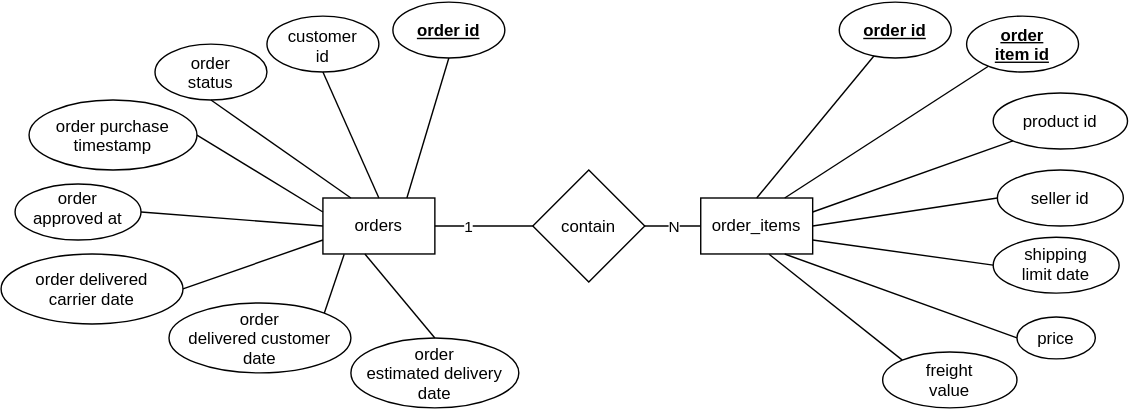
Earlier version of the draw.io export images/er_diagram.svg (ZGXJason/CIS5450_FINAL_PROJECT). Source tidied: cells renumbered, new cells last; positions are measured from the earlier drawing's top-left corner, leaving out a move shared by most shapes. Source of this version:
```xml
<mxGraphModel>
  <root>
    <mxCell id="0" />
    <mxCell id="1" parent="0" />
    <mxCell id="2" value="orders" style="rounded=0;whiteSpace=wrap;html=1;" parent="1" vertex="1">
      <mxGeometry x="230" y="140" width="80" height="40" as="geometry" />
    </mxCell>
    <mxCell id="3" value="order_items" style="rounded=0;whiteSpace=wrap;html=1;" parent="1" vertex="1">
      <mxGeometry x="500" y="140" width="80" height="40" as="geometry" />
    </mxCell>
    <mxCell id="4" value="customer id" style="ellipse;whiteSpace=wrap;html=1;shapeInside=1;" parent="1" vertex="1">
      <mxGeometry x="190" y="10" width="80" height="40" as="geometry" />
    </mxCell>
    <mxCell id="5" value="contain" style="rhombus;whiteSpace=wrap;html=1;shapeInside=1;" parent="1" vertex="1">
      <mxGeometry x="380" y="120" width="80" height="80" as="geometry" />
    </mxCell>
    <mxCell id="6" value="order status" style="ellipse;whiteSpace=wrap;html=1;shapeInside=1;" parent="1" vertex="1">
      <mxGeometry x="110" y="30" width="80" height="40" as="geometry" />
    </mxCell>
    <mxCell id="7" value="order purchase timestamp" style="ellipse;whiteSpace=wrap;html=1;shapeInside=1;" parent="1" vertex="1">
      <mxGeometry x="20" y="70" width="120" height="50" as="geometry" />
    </mxCell>
    <mxCell id="8" value="&lt;span style=&quot;background-color: transparent; color: light-dark(#000000, var(--ge-light-color, #ffffff)); text-decoration-line: inherit;&quot;&gt;order delivered customer date&lt;/span&gt;" style="ellipse;whiteSpace=wrap;html=1;shapeInside=1;" parent="1" vertex="1">
      <mxGeometry x="120" y="215" width="130" height="50" as="geometry" />
    </mxCell>
    <mxCell id="9" value="&lt;b style=&quot;&quot;&gt;&lt;u&gt;order id&lt;/u&gt;&lt;/b&gt;" style="ellipse;whiteSpace=wrap;html=1;shapeInside=1;" parent="1" vertex="1">
      <mxGeometry x="280" width="80" height="40" as="geometry" />
    </mxCell>
    <mxCell id="10" value="order estimated delivery date&lt;div&gt;&lt;br&gt;&lt;/div&gt;" style="ellipse;whiteSpace=wrap;html=1;shapeInside=1;" parent="1" vertex="1">
      <mxGeometry x="250" y="240" width="120" height="50" as="geometry" />
    </mxCell>
    <mxCell id="11" value="order approved at" style="ellipse;whiteSpace=wrap;html=1;shapeInside=1;" parent="1" vertex="1">
      <mxGeometry x="10" y="130" width="90" height="40" as="geometry" />
    </mxCell>
    <mxCell id="12" value="&lt;div style=&quot;&quot;&gt;order delivered carrier date&lt;/div&gt;" style="ellipse;whiteSpace=wrap;html=1;shapeInside=1;" parent="1" vertex="1">
      <mxGeometry y="180" width="130" height="50" as="geometry" />
    </mxCell>
    <mxCell id="13" value="&lt;div style=&quot;&quot;&gt;&lt;b style=&quot;&quot;&gt;&lt;u&gt;order item id&lt;/u&gt;&lt;/b&gt;&lt;/div&gt;" style="ellipse;whiteSpace=wrap;html=1;shapeInside=1;" parent="1" vertex="1">
      <mxGeometry x="690" y="10" width="80" height="40" as="geometry" />
    </mxCell>
    <mxCell id="14" value="shipping limit date" style="ellipse;whiteSpace=wrap;html=1;shapeInside=1;" parent="1" vertex="1">
      <mxGeometry x="709" y="168" width="90" height="40" as="geometry" />
    </mxCell>
    <mxCell id="15" value="&lt;div&gt;seller id&lt;/div&gt;" style="ellipse;whiteSpace=wrap;html=1;shapeInside=1;" parent="1" vertex="1">
      <mxGeometry x="712" y="120" width="90" height="40" as="geometry" />
    </mxCell>
    <mxCell id="16" value="product id" style="ellipse;whiteSpace=wrap;html=1;shapeInside=1;" parent="1" vertex="1">
      <mxGeometry x="709" y="65" width="96" height="40" as="geometry" />
    </mxCell>
    <mxCell id="17" value="price" style="ellipse;whiteSpace=wrap;html=1;shapeInside=1;" parent="1" vertex="1">
      <mxGeometry x="726" y="225" width="56" height="30" as="geometry" />
    </mxCell>
    <mxCell id="18" value="freight value" style="ellipse;whiteSpace=wrap;html=1;shapeInside=1;" parent="1" vertex="1">
      <mxGeometry x="630" y="250" width="96" height="40" as="geometry" />
    </mxCell>
    <mxCell id="19" value="&lt;br&gt;&lt;span style=&quot;background-color: transparent; color: light-dark(#000000, var(--ge-light-color, #ffffff));&quot;&gt;&lt;b style=&quot;&quot;&gt;&lt;u&gt;order id&lt;/u&gt;&lt;/b&gt;&lt;/span&gt;" style="ellipse;whiteSpace=wrap;html=1;shapeInside=1;" parent="1" vertex="1">
      <mxGeometry x="599" width="80" height="40" as="geometry" />
    </mxCell>
    <mxCell id="20" style="endArrow=none;html=1;rounded=0;defaultLabelBackgroundColor=gap;" parent="1" edge="1" target="19">
      <mxGeometry relative="1" as="geometry">
        <mxPoint x="540" y="140" as="sourcePoint" />
      </mxGeometry>
    </mxCell>
    <mxCell id="21" style="endArrow=none;html=1;rounded=0;defaultLabelBackgroundColor=gap;exitX=0.75;exitY=0;exitDx=0;exitDy=0;" parent="1" edge="1" source="3" target="13">
      <mxGeometry relative="1" as="geometry" />
    </mxCell>
    <mxCell id="22" style="endArrow=none;html=1;rounded=0;defaultLabelBackgroundColor=gap;entryX=0;entryY=1;entryDx=0;entryDy=0;exitX=1;exitY=0.25;exitDx=0;exitDy=0;" parent="1" edge="1" source="3" target="16">
      <mxGeometry relative="1" as="geometry" />
    </mxCell>
    <mxCell id="23" style="endArrow=none;html=1;rounded=0;defaultLabelBackgroundColor=gap;entryX=1;entryY=0.5;entryDx=0;entryDy=0;exitX=0;exitY=0.5;exitDx=0;exitDy=0;" parent="1" edge="1" source="15" target="3">
      <mxGeometry relative="1" as="geometry" />
    </mxCell>
    <mxCell id="24" style="endArrow=none;html=1;rounded=0;defaultLabelBackgroundColor=gap;entryX=0.611;entryY=1.006;entryDx=0;entryDy=0;exitX=0;exitY=0;exitDx=0;exitDy=0;entryPerimeter=0;" parent="1" edge="1" source="18" target="3">
      <mxGeometry relative="1" as="geometry" />
    </mxCell>
    <mxCell id="25" style="endArrow=none;html=1;rounded=0;defaultLabelBackgroundColor=gap;entryX=1;entryY=0.75;entryDx=0;entryDy=0;exitX=0;exitY=0.5;exitDx=0;exitDy=0;" parent="1" edge="1" source="14" target="3">
      <mxGeometry relative="1" as="geometry" />
    </mxCell>
    <mxCell id="26" style="endArrow=none;html=1;rounded=0;defaultLabelBackgroundColor=gap;entryX=1;entryY=0.5;entryDx=0;entryDy=0;" parent="1" edge="1" source="3" target="5">
      <mxGeometry relative="1" as="geometry" />
    </mxCell>
    <mxCell id="27" value="N" style="edgeLabel;html=1;align=center;verticalAlign=middle;defaultLabelBackgroundColor=gap;" parent="26" vertex="1">
      <mxGeometry relative="1" as="geometry" />
    </mxCell>
    <mxCell id="28" style="endArrow=none;html=1;rounded=0;defaultLabelBackgroundColor=gap;entryX=0;entryY=0.5;entryDx=0;entryDy=0;exitX=1;exitY=0.5;exitDx=0;exitDy=0;" parent="1" edge="1" source="2" target="5">
      <mxGeometry relative="1" as="geometry" />
    </mxCell>
    <mxCell id="29" value="1" style="edgeLabel;html=1;align=center;verticalAlign=middle;defaultLabelBackgroundColor=gap;" parent="28" vertex="1">
      <mxGeometry x="-0.34" relative="1" as="geometry" />
    </mxCell>
    <mxCell id="30" style="endArrow=none;html=1;rounded=0;defaultLabelBackgroundColor=gap;entryX=0.5;entryY=1;entryDx=0;entryDy=0;exitX=0.75;exitY=0;exitDx=0;exitDy=0;" parent="1" edge="1" source="2" target="9">
      <mxGeometry relative="1" as="geometry" />
    </mxCell>
    <mxCell id="31" style="endArrow=none;html=1;rounded=0;defaultLabelBackgroundColor=gap;entryX=0.5;entryY=1;entryDx=0;entryDy=0;exitX=0.5;exitY=0;exitDx=0;exitDy=0;" parent="1" edge="1" source="2" target="4">
      <mxGeometry relative="1" as="geometry" />
    </mxCell>
    <mxCell id="32" style="endArrow=none;html=1;rounded=0;defaultLabelBackgroundColor=gap;entryX=0.5;entryY=1;entryDx=0;entryDy=0;exitX=0.25;exitY=0;exitDx=0;exitDy=0;" parent="1" edge="1" source="2" target="6">
      <mxGeometry relative="1" as="geometry" />
    </mxCell>
    <mxCell id="33" style="endArrow=none;html=1;rounded=0;defaultLabelBackgroundColor=gap;entryX=1;entryY=0.5;entryDx=0;entryDy=0;exitX=0;exitY=0.25;exitDx=0;exitDy=0;" parent="1" edge="1" source="2" target="7">
      <mxGeometry relative="1" as="geometry" />
    </mxCell>
    <mxCell id="34" style="endArrow=none;html=1;rounded=0;defaultLabelBackgroundColor=gap;exitX=0;exitY=0.5;exitDx=0;exitDy=0;entryX=1;entryY=0.5;entryDx=0;entryDy=0;" parent="1" edge="1" source="2" target="11">
      <mxGeometry relative="1" as="geometry" />
    </mxCell>
    <mxCell id="35" style="endArrow=none;html=1;rounded=0;defaultLabelBackgroundColor=gap;entryX=0;entryY=0.75;entryDx=0;entryDy=0;exitX=1;exitY=0.5;exitDx=0;exitDy=0;" parent="1" edge="1" source="12" target="2">
      <mxGeometry relative="1" as="geometry" />
    </mxCell>
    <mxCell id="36" style="endArrow=none;html=1;rounded=0;defaultLabelBackgroundColor=gap;entryX=0.19;entryY=1.006;entryDx=0;entryDy=0;entryPerimeter=0;exitX=1;exitY=0;exitDx=0;exitDy=0;" parent="1" edge="1" source="8" target="2">
      <mxGeometry relative="1" as="geometry" />
    </mxCell>
    <mxCell id="37" style="endArrow=none;html=1;rounded=0;defaultLabelBackgroundColor=gap;entryX=0.375;entryY=1;entryDx=0;entryDy=0;entryPerimeter=0;exitX=0.5;exitY=0;exitDx=0;exitDy=0;" parent="1" edge="1" source="10" target="2">
      <mxGeometry relative="1" as="geometry" />
    </mxCell>
    <mxCell id="38" style="endArrow=none;html=1;rounded=0;defaultLabelBackgroundColor=gap;entryX=0;entryY=0.5;entryDx=0;entryDy=0;exitX=0.75;exitY=1;exitDx=0;exitDy=0;" parent="1" edge="1" source="3" target="17">
      <mxGeometry relative="1" as="geometry" />
    </mxCell>
  </root>
</mxGraphModel>
```
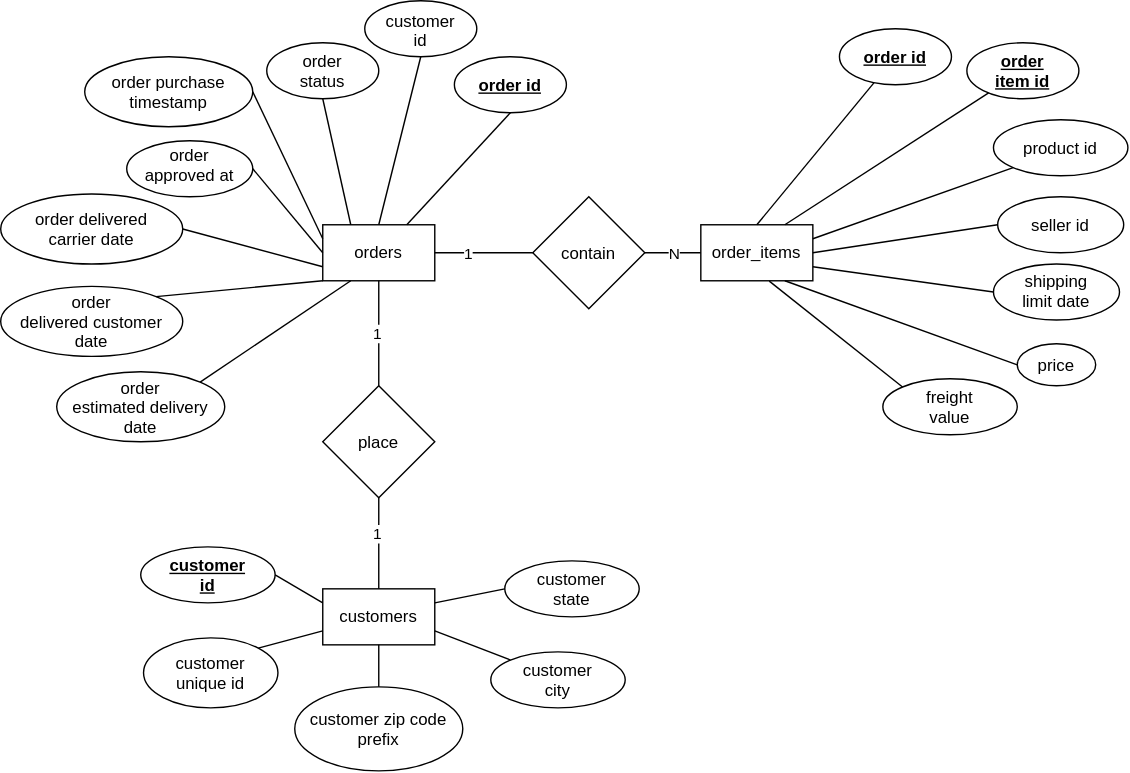
The same file after the commit.

Commit message:
Add customer data integration and finalize data cleaning pipeline

- Integrate the Customers dataset with cleaned Orders and aggregated Order Items.
- Add customer geographic attributes: ZIP code prefix, city, and state.
- Update the ER diagram and reorganize notebook sections for clarity.
- Standardize the target variable name to `late_delivery`.
- Validate the final dataset and update the dataset summary and modeling notes.
- Export the cleaned order-level dataset with 95,104 rows and 22 columns.

Diff of the diagram source:
```diff
@@ -9,31 +9,31 @@
       <mxGeometry x="500" y="140" width="80" height="40" as="geometry" />
     </mxCell>
     <mxCell id="4" value="customer id" style="ellipse;whiteSpace=wrap;html=1;shapeInside=1;" parent="1" vertex="1">
-      <mxGeometry x="190" y="10" width="80" height="40" as="geometry" />
+      <mxGeometry x="260" y="-20" width="80" height="40" as="geometry" />
     </mxCell>
     <mxCell id="5" value="contain" style="rhombus;whiteSpace=wrap;html=1;shapeInside=1;" parent="1" vertex="1">
       <mxGeometry x="380" y="120" width="80" height="80" as="geometry" />
     </mxCell>
     <mxCell id="6" value="order status" style="ellipse;whiteSpace=wrap;html=1;shapeInside=1;" parent="1" vertex="1">
-      <mxGeometry x="110" y="30" width="80" height="40" as="geometry" />
+      <mxGeometry x="190" y="10" width="80" height="40" as="geometry" />
     </mxCell>
     <mxCell id="7" value="order purchase timestamp" style="ellipse;whiteSpace=wrap;html=1;shapeInside=1;" parent="1" vertex="1">
-      <mxGeometry x="20" y="70" width="120" height="50" as="geometry" />
+      <mxGeometry x="60" y="20" width="120" height="50" as="geometry" />
     </mxCell>
     <mxCell id="8" value="&lt;span style=&quot;background-color: transparent; color: light-dark(#000000, var(--ge-light-color, #ffffff)); text-decoration-line: inherit;&quot;&gt;order delivered customer date&lt;/span&gt;" style="ellipse;whiteSpace=wrap;html=1;shapeInside=1;" parent="1" vertex="1">
-      <mxGeometry x="120" y="215" width="130" height="50" as="geometry" />
+      <mxGeometry y="184" width="130" height="50" as="geometry" />
     </mxCell>
     <mxCell id="9" value="&lt;b style=&quot;&quot;&gt;&lt;u&gt;order id&lt;/u&gt;&lt;/b&gt;" style="ellipse;whiteSpace=wrap;html=1;shapeInside=1;" parent="1" vertex="1">
-      <mxGeometry x="280" width="80" height="40" as="geometry" />
+      <mxGeometry x="324" y="20" width="80" height="40" as="geometry" />
     </mxCell>
     <mxCell id="10" value="order estimated delivery date&lt;div&gt;&lt;br&gt;&lt;/div&gt;" style="ellipse;whiteSpace=wrap;html=1;shapeInside=1;" parent="1" vertex="1">
-      <mxGeometry x="250" y="240" width="120" height="50" as="geometry" />
+      <mxGeometry x="40" y="245" width="120" height="50" as="geometry" />
     </mxCell>
     <mxCell id="11" value="order approved at" style="ellipse;whiteSpace=wrap;html=1;shapeInside=1;" parent="1" vertex="1">
-      <mxGeometry x="10" y="130" width="90" height="40" as="geometry" />
+      <mxGeometry x="90" y="80" width="90" height="40" as="geometry" />
     </mxCell>
     <mxCell id="12" value="&lt;div style=&quot;&quot;&gt;order delivered carrier date&lt;/div&gt;" style="ellipse;whiteSpace=wrap;html=1;shapeInside=1;" parent="1" vertex="1">
-      <mxGeometry y="180" width="130" height="50" as="geometry" />
+      <mxGeometry y="118" width="130" height="50" as="geometry" />
     </mxCell>
     <mxCell id="13" value="&lt;div style=&quot;&quot;&gt;&lt;b style=&quot;&quot;&gt;&lt;u&gt;order item id&lt;/u&gt;&lt;/b&gt;&lt;/div&gt;" style="ellipse;whiteSpace=wrap;html=1;shapeInside=1;" parent="1" vertex="1">
       <mxGeometry x="690" y="10" width="80" height="40" as="geometry" />
@@ -106,14 +106,62 @@
     <mxCell id="35" style="endArrow=none;html=1;rounded=0;defaultLabelBackgroundColor=gap;entryX=0;entryY=0.75;entryDx=0;entryDy=0;exitX=1;exitY=0.5;exitDx=0;exitDy=0;" parent="1" edge="1" source="12" target="2">
       <mxGeometry relative="1" as="geometry" />
     </mxCell>
-    <mxCell id="36" style="endArrow=none;html=1;rounded=0;defaultLabelBackgroundColor=gap;entryX=0.19;entryY=1.006;entryDx=0;entryDy=0;entryPerimeter=0;exitX=1;exitY=0;exitDx=0;exitDy=0;" parent="1" edge="1" source="8" target="2">
+    <mxCell id="36" style="endArrow=none;html=1;rounded=0;defaultLabelBackgroundColor=gap;entryX=0;entryY=1;entryDx=0;entryDy=0;exitX=1;exitY=0;exitDx=0;exitDy=0;" parent="1" edge="1" source="8" target="2">
       <mxGeometry relative="1" as="geometry" />
     </mxCell>
-    <mxCell id="37" style="endArrow=none;html=1;rounded=0;defaultLabelBackgroundColor=gap;entryX=0.375;entryY=1;entryDx=0;entryDy=0;entryPerimeter=0;exitX=0.5;exitY=0;exitDx=0;exitDy=0;" parent="1" edge="1" source="10" target="2">
+    <mxCell id="37" style="endArrow=none;html=1;rounded=0;defaultLabelBackgroundColor=gap;entryX=0.25;entryY=1;entryDx=0;entryDy=0;exitX=1;exitY=0;exitDx=0;exitDy=0;" parent="1" edge="1" source="10" target="2">
       <mxGeometry relative="1" as="geometry" />
     </mxCell>
     <mxCell id="38" style="endArrow=none;html=1;rounded=0;defaultLabelBackgroundColor=gap;entryX=0;entryY=0.5;entryDx=0;entryDy=0;exitX=0.75;exitY=1;exitDx=0;exitDy=0;" parent="1" edge="1" source="3" target="17">
       <mxGeometry relative="1" as="geometry" />
     </mxCell>
+    <mxCell id="39" value="customers" style="rounded=0;whiteSpace=wrap;html=1;" parent="1" vertex="1">
+      <mxGeometry x="230" y="400" width="80" height="40" as="geometry" />
+    </mxCell>
+    <mxCell id="40" value="&lt;b style=&quot;&quot;&gt;&lt;u&gt;customer id&lt;/u&gt;&lt;/b&gt;" style="ellipse;whiteSpace=wrap;html=1;shapeInside=1;" parent="1" vertex="1">
+      <mxGeometry x="100" y="370" width="96" height="40" as="geometry" />
+    </mxCell>
+    <mxCell id="41" value="customer city" style="ellipse;whiteSpace=wrap;html=1;shapeInside=1;" parent="1" vertex="1">
+      <mxGeometry x="350" y="445" width="96" height="40" as="geometry" />
+    </mxCell>
+    <mxCell id="42" value="customer state" style="ellipse;whiteSpace=wrap;html=1;shapeInside=1;" parent="1" vertex="1">
+      <mxGeometry x="360" y="380" width="96" height="40" as="geometry" />
+    </mxCell>
+    <mxCell id="43" value="customer unique id" style="ellipse;whiteSpace=wrap;html=1;shapeInside=1;" parent="1" vertex="1">
+      <mxGeometry x="102" y="435" width="96" height="50" as="geometry" />
+    </mxCell>
+    <mxCell id="44" value="customer zip code prefix" style="ellipse;whiteSpace=wrap;html=1;shapeInside=1;" parent="1" vertex="1">
+      <mxGeometry x="210" y="470" width="120" height="60" as="geometry" />
+    </mxCell>
+    <mxCell id="45" style="endArrow=none;html=1;rounded=0;defaultLabelBackgroundColor=gap;entryX=0;entryY=0.25;entryDx=0;entryDy=0;exitX=1;exitY=0.5;exitDx=0;exitDy=0;" parent="1" edge="1" source="40" target="39">
+      <mxGeometry relative="1" as="geometry" />
+    </mxCell>
+    <mxCell id="46" style="endArrow=none;html=1;rounded=0;defaultLabelBackgroundColor=gap;entryX=0.5;entryY=1;entryDx=0;entryDy=0;exitX=0.5;exitY=0;exitDx=0;exitDy=0;" parent="1" edge="1" source="44" target="39">
+      <mxGeometry relative="1" as="geometry" />
+    </mxCell>
+    <mxCell id="47" style="endArrow=none;html=1;rounded=0;defaultLabelBackgroundColor=gap;entryX=0;entryY=0;entryDx=0;entryDy=0;exitX=1;exitY=0.75;exitDx=0;exitDy=0;" parent="1" edge="1" source="39" target="41">
+      <mxGeometry relative="1" as="geometry" />
+    </mxCell>
+    <mxCell id="48" style="endArrow=none;html=1;rounded=0;defaultLabelBackgroundColor=gap;entryX=0;entryY=0.5;entryDx=0;entryDy=0;exitX=1;exitY=0.25;exitDx=0;exitDy=0;" parent="1" edge="1" source="39" target="42">
+      <mxGeometry relative="1" as="geometry" />
+    </mxCell>
+    <mxCell id="49" style="endArrow=none;html=1;rounded=0;defaultLabelBackgroundColor=gap;entryX=0;entryY=0.75;entryDx=0;entryDy=0;exitX=1;exitY=0;exitDx=0;exitDy=0;" parent="1" edge="1" source="43" target="39">
+      <mxGeometry relative="1" as="geometry" />
+    </mxCell>
+    <mxCell id="50" value="place" style="rhombus;whiteSpace=wrap;html=1;shapeInside=1;" parent="1" vertex="1">
+      <mxGeometry x="230" y="255" width="80" height="80" as="geometry" />
+    </mxCell>
+    <mxCell id="51" style="endArrow=none;html=1;rounded=0;defaultLabelBackgroundColor=gap;exitX=0.5;exitY=1;exitDx=0;exitDy=0;" parent="1" edge="1" source="2" target="50">
+      <mxGeometry relative="1" as="geometry" />
+    </mxCell>
+    <mxCell id="52" value="1" style="edgeLabel;html=1;align=center;verticalAlign=middle;defaultLabelBackgroundColor=gap;" parent="51" vertex="1">
+      <mxGeometry x="-0.01" y="-2" relative="1" as="geometry" />
+    </mxCell>
+    <mxCell id="53" style="endArrow=none;html=1;rounded=0;defaultLabelBackgroundColor=gap;entryX=0.5;entryY=1;entryDx=0;entryDy=0;" parent="1" edge="1" source="39" target="50">
+      <mxGeometry relative="1" as="geometry" />
+    </mxCell>
+    <mxCell id="54" value="1" style="edgeLabel;html=1;align=center;verticalAlign=middle;defaultLabelBackgroundColor=gap;" parent="53" vertex="1">
+      <mxGeometry x="0.22" y="2" relative="1" as="geometry" />
+    </mxCell>
   </root>
 </mxGraphModel>
```
